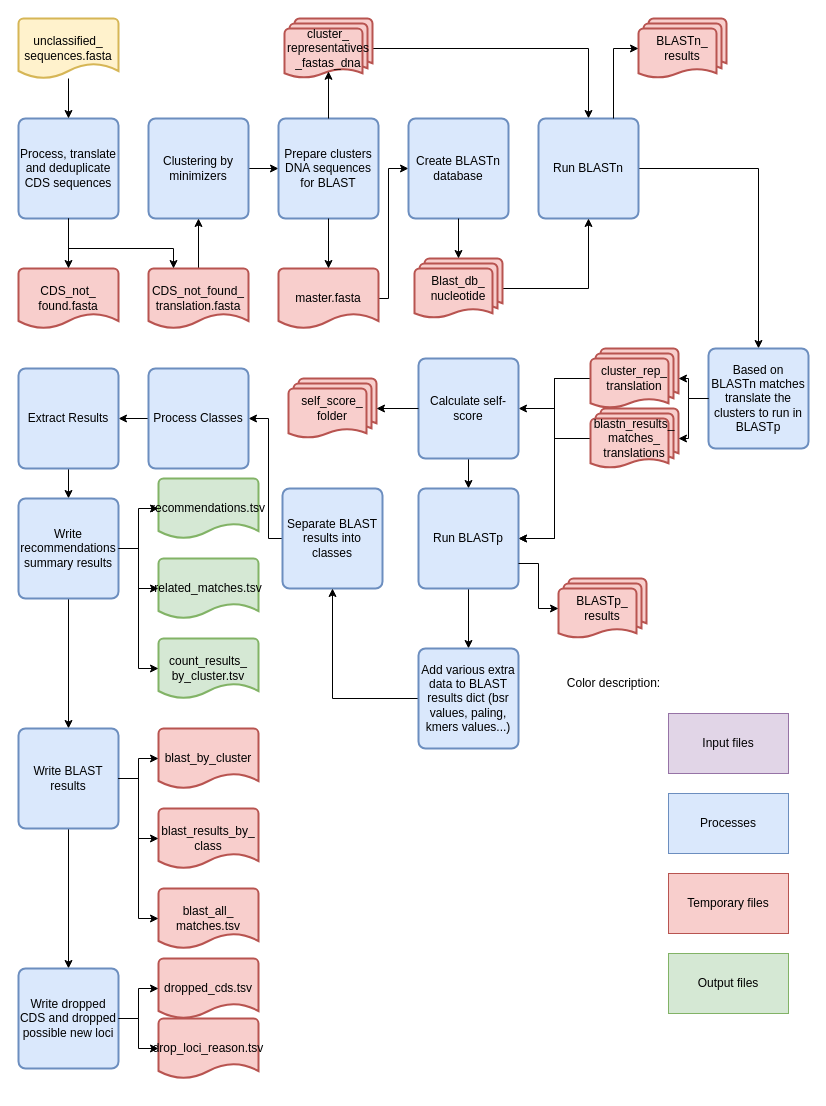
Earlier version of the draw.io diagram SchemaRefinery/docs/SchemaRefinery/Modules/source/IdentifySpuriousGenes_unclassifiedCDS.drawio (B-UMMI/Schema_Refinery). Source tidied: cells renumbered, new cells numbered last; positions are measured from the earlier drawing's top-left corner, leaving out a move shared by most shapes. Both pictures are drawn from the tidied source at 100%, with x=0, y=0 at pixel (18, 18).
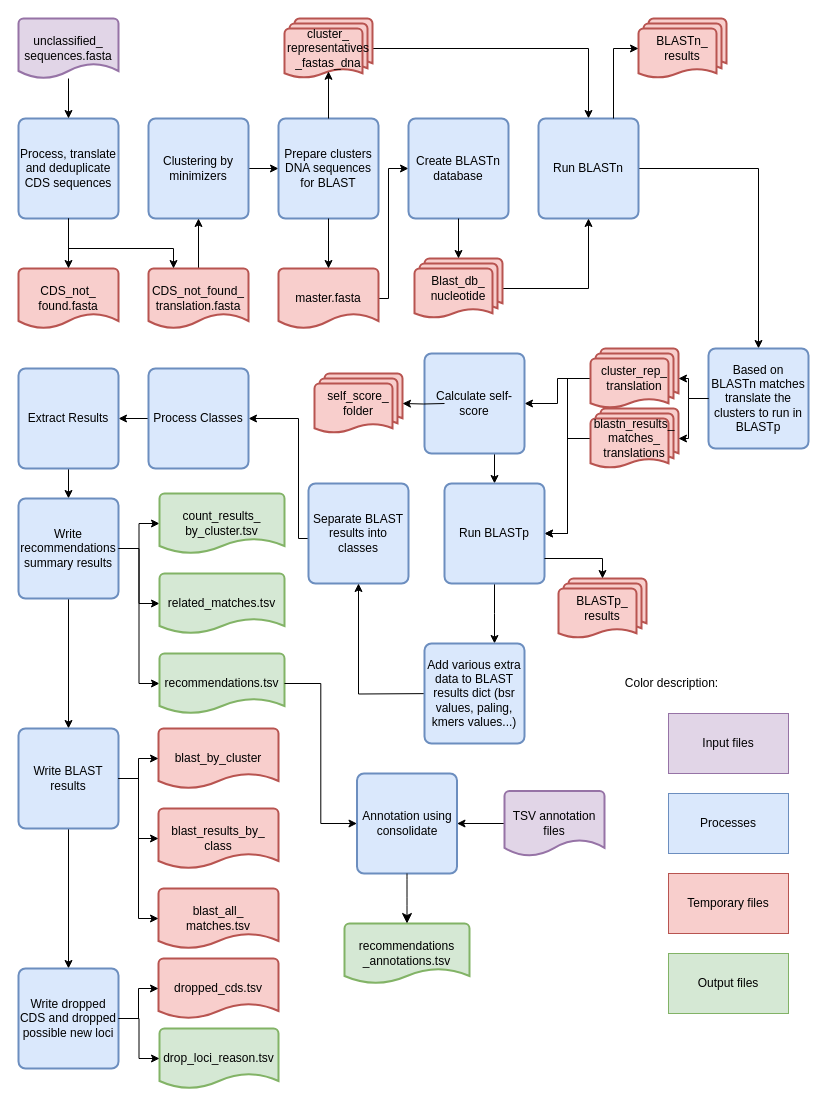
After the change.

Unchanged cells that the change refers to:
```xml
<mxCell id="41" value="BLASTp_&lt;div&gt;results&lt;/div&gt;" style="strokeWidth=2;html=1;shape=mxgraph.flowchart.multi-document;whiteSpace=wrap;fillColor=#f8cecc;strokeColor=#b85450;" parent="1" vertex="1">
  <mxGeometry x="540" y="560" width="88" height="60" as="geometry" />
</mxCell>
<mxCell id="45" value="Process Classes" style="rounded=1;whiteSpace=wrap;html=1;absoluteArcSize=1;arcSize=14;strokeWidth=2;fillColor=#dae8fc;strokeColor=#6c8ebf;" parent="1" vertex="1">
  <mxGeometry x="130" y="350" width="100" height="100" as="geometry" />
</mxCell>
<mxCell id="50" value="Write recommendations summary results" style="rounded=1;whiteSpace=wrap;html=1;absoluteArcSize=1;arcSize=14;strokeWidth=2;fillColor=#dae8fc;strokeColor=#6c8ebf;" parent="1" vertex="1">
  <mxGeometry y="480" width="100" height="100" as="geometry" />
</mxCell>
```

Change to the diagram source:
```diff
@@
-    <mxCell id="4" value="unclassified_&lt;div&gt;sequences.fasta&lt;/div&gt;" style="strokeWidth=2;html=1;shape=mxgraph.flowchart.document2;whiteSpace=wrap;size=0.25;fillColor=#fff2cc;strokeColor=#d6b656;" parent="1" vertex="1">
+    <mxCell id="4" value="unclassified_&lt;div&gt;sequences.fasta&lt;/div&gt;" style="strokeWidth=2;html=1;shape=mxgraph.flowchart.document2;whiteSpace=wrap;size=0.25;fillColor=#e1d5e7;strokeColor=#9673a6;" parent="1" vertex="1">
       <mxGeometry width="100" height="60" as="geometry" />
     </mxCell>
@@
-    <mxCell id="33" style="edgeStyle=orthogonalEdgeStyle;rounded=0;jettySize=auto;html=1;entryX=0.5;entryY=0;entryDx=0;entryDy=0;" parent="1" edge="1" source="34" target="38">
-      <mxGeometry relative="1" as="geometry" />
+    <mxCell id="33" style="edgeStyle=orthogonalEdgeStyle;rounded=0;jettySize=auto;html=1;entryX=0.5;entryY=0;entryDx=0;entryDy=0;" parent="1" edge="1" target="38">
+      <mxGeometry relative="1" as="geometry">
+        <mxPoint x="476" y="435" as="sourcePoint" />
+      </mxGeometry>
     </mxCell>
     <mxCell id="34" value="Calculate self-score" style="rounded=1;whiteSpace=wrap;html=1;absoluteArcSize=1;arcSize=14;strokeWidth=2;fillColor=#dae8fc;strokeColor=#6c8ebf;" parent="1" vertex="1">
-      <mxGeometry x="400" y="340" width="100" height="100" as="geometry" />
+      <mxGeometry x="406" y="335" width="100" height="100" as="geometry" />
     </mxCell>
@@
-    <mxCell id="37" style="edgeStyle=orthogonalEdgeStyle;rounded=0;jettySize=auto;html=1;" parent="1" edge="1" source="38" target="75">
-      <mxGeometry relative="1" as="geometry" />
+    <mxCell id="37" style="edgeStyle=orthogonalEdgeStyle;rounded=0;jettySize=auto;html=1;" parent="1" edge="1" source="38">
+      <mxGeometry relative="1" as="geometry">
+        <mxPoint x="476" y="625" as="targetPoint" />
+      </mxGeometry>
     </mxCell>
     <mxCell id="38" value="Run BLASTp" style="rounded=1;whiteSpace=wrap;html=1;absoluteArcSize=1;arcSize=14;strokeWidth=2;fillColor=#dae8fc;strokeColor=#6c8ebf;" parent="1" vertex="1">
-      <mxGeometry x="400" y="470" width="100" height="100" as="geometry" />
+      <mxGeometry x="426" y="465" width="100" height="100" as="geometry" />
     </mxCell>
     <mxCell id="39" value="self_score_&lt;div&gt;folder&lt;/div&gt;" style="strokeWidth=2;html=1;shape=mxgraph.flowchart.multi-document;whiteSpace=wrap;fillColor=#f8cecc;strokeColor=#b85450;" parent="1" vertex="1">
-      <mxGeometry x="270" y="360" width="88" height="60" as="geometry" />
+      <mxGeometry x="296" y="355" width="88" height="60" as="geometry" />
     </mxCell>
-    <mxCell id="40" style="edgeStyle=orthogonalEdgeStyle;rounded=0;jettySize=auto;html=1;entryX=1;entryY=0.5;entryDx=0;entryDy=0;entryPerimeter=0;" parent="1" edge="1" source="34" target="39">
-      <mxGeometry relative="1" as="geometry" />
+    <mxCell id="40" style="edgeStyle=orthogonalEdgeStyle;rounded=0;jettySize=auto;html=1;entryX=1;entryY=0.5;entryDx=0;entryDy=0;entryPerimeter=0;" parent="1" edge="1" target="39">
+      <mxGeometry relative="1" as="geometry">
+        <mxPoint x="426" y="385" as="sourcePoint" />
+      </mxGeometry>
     </mxCell>
@@
     <mxCell id="42" style="edgeStyle=orthogonalEdgeStyle;rounded=0;jettySize=auto;html=1;entryX=1;entryY=0.5;entryDx=0;entryDy=0;" parent="1" edge="1" source="43" target="45">
       <mxGeometry relative="1" as="geometry">
         <Array as="points">
-          <mxPoint x="250" y="520" />
-          <mxPoint x="250" y="400" />
+          <mxPoint x="280" y="520" />
+          <mxPoint x="280" y="400" />
         </Array>
       </mxGeometry>
     </mxCell>
     <mxCell id="43" value="Separate BLAST results into classes" style="rounded=1;whiteSpace=wrap;html=1;absoluteArcSize=1;arcSize=14;strokeWidth=2;fillColor=#dae8fc;strokeColor=#6c8ebf;" parent="1" vertex="1">
-      <mxGeometry x="264" y="470" width="100" height="100" as="geometry" />
+      <mxGeometry x="290" y="465" width="100" height="100" as="geometry" />
     </mxCell>
@@
-    <mxCell id="48" style="edgeStyle=orthogonalEdgeStyle;rounded=0;jettySize=auto;html=1;" parent="1" edge="1" source="50" target="51">
+    <mxCell id="48" style="edgeStyle=orthogonalEdgeStyle;rounded=0;jettySize=auto;html=1;entryX=0;entryY=0.5;entryDx=0;entryDy=0;entryPerimeter=0;" parent="1" edge="1" source="50" target="54">
       <mxGeometry relative="1" as="geometry" />
     </mxCell>
@@
-    <mxCell id="51" value="recommendations.tsv" style="strokeWidth=2;html=1;shape=mxgraph.flowchart.document2;whiteSpace=wrap;size=0.25;fillColor=#d5e8d4;strokeColor=#82b366;" parent="1" vertex="1">
-      <mxGeometry x="140" y="460" width="100" height="60" as="geometry" />
-    </mxCell>
-    <mxCell id="52" value="related_matches.tsv" style="strokeWidth=2;html=1;shape=mxgraph.flowchart.document2;whiteSpace=wrap;size=0.25;fillColor=#d5e8d4;strokeColor=#82b366;" parent="1" vertex="1">
-      <mxGeometry x="140" y="540" width="100" height="60" as="geometry" />
-    </mxCell>
@@
-    <mxCell id="54" value="count_results_&lt;div&gt;by_cluster.tsv&lt;/div&gt;" style="strokeWidth=2;html=1;shape=mxgraph.flowchart.document2;whiteSpace=wrap;size=0.25;fillColor=#d5e8d4;strokeColor=#82b366;" parent="1" vertex="1">
-      <mxGeometry x="140" y="620" width="100" height="60" as="geometry" />
-    </mxCell>
-    <mxCell id="55" style="edgeStyle=orthogonalEdgeStyle;rounded=0;jettySize=auto;html=1;entryX=0;entryY=0.5;entryDx=0;entryDy=0;entryPerimeter=0;" parent="1" edge="1" source="50" target="54">
+    <mxCell id="55" style="edgeStyle=orthogonalEdgeStyle;rounded=0;jettySize=auto;html=1;entryX=0;entryY=0.5;entryDx=0;entryDy=0;entryPerimeter=0;" parent="1" edge="1" source="50" target="51">
       <mxGeometry relative="1" as="geometry" />
     </mxCell>
@@
     <mxCell id="58" value="blast_by_cluster" style="strokeWidth=2;html=1;shape=mxgraph.flowchart.document2;whiteSpace=wrap;size=0.25;fillColor=#f8cecc;strokeColor=#b85450;" parent="1" vertex="1">
-      <mxGeometry x="140" y="710" width="100" height="60" as="geometry" />
+      <mxGeometry x="140" y="710" width="120" height="60" as="geometry" />
     </mxCell>
     <mxCell id="59" value="blast_results_by_&lt;div&gt;class&lt;/div&gt;" style="strokeWidth=2;html=1;shape=mxgraph.flowchart.document2;whiteSpace=wrap;size=0.25;fillColor=#f8cecc;strokeColor=#b85450;" parent="1" vertex="1">
-      <mxGeometry x="140" y="790" width="100" height="60" as="geometry" />
+      <mxGeometry x="140" y="790" width="120" height="60" as="geometry" />
     </mxCell>
     <mxCell id="60" value="blast_all_&lt;div&gt;matches.tsv&lt;/div&gt;" style="strokeWidth=2;html=1;shape=mxgraph.flowchart.document2;whiteSpace=wrap;size=0.25;fillColor=#f8cecc;strokeColor=#b85450;" parent="1" vertex="1">
-      <mxGeometry x="140" y="870" width="100" height="60" as="geometry" />
+      <mxGeometry x="140" y="870" width="120" height="60" as="geometry" />
     </mxCell>
@@
     <mxCell id="65" value="dropped_cds.tsv" style="strokeWidth=2;html=1;shape=mxgraph.flowchart.document2;whiteSpace=wrap;size=0.25;fillColor=#f8cecc;strokeColor=#b85450;" parent="1" vertex="1">
-      <mxGeometry x="140" y="940" width="100" height="60" as="geometry" />
+      <mxGeometry x="140" y="940" width="120" height="60" as="geometry" />
     </mxCell>
@@
-    <mxCell id="67" value="drop_loci_reason.tsv" style="strokeWidth=2;html=1;shape=mxgraph.flowchart.document2;whiteSpace=wrap;size=0.25;fillColor=#f8cecc;strokeColor=#b85450;" parent="1" vertex="1">
-      <mxGeometry x="140" y="1000" width="100" height="60" as="geometry" />
+    <mxCell id="67" value="drop_loci_reason.tsv" style="strokeWidth=2;html=1;shape=mxgraph.flowchart.document2;whiteSpace=wrap;size=0.25;fillColor=#d5e8d4;strokeColor=#82b366;" parent="1" vertex="1">
+      <mxGeometry x="141" y="1010" width="119" height="60" as="geometry" />
     </mxCell>
@@
     <mxCell id="73" value="Color description:" style="text;html=1;align=center;verticalAlign=middle;strokeColor=none;fillColor=none;" parent="1" vertex="1">
-      <mxGeometry x="540" y="650" width="110" height="30" as="geometry" />
+      <mxGeometry x="598" y="650" width="110" height="30" as="geometry" />
     </mxCell>
-    <mxCell id="74" style="edgeStyle=orthogonalEdgeStyle;rounded=0;jettySize=auto;html=1;entryX=0.5;entryY=1;entryDx=0;entryDy=0;" parent="1" edge="1" source="75" target="43">
-      <mxGeometry relative="1" as="geometry" />
+    <mxCell id="74" style="edgeStyle=orthogonalEdgeStyle;rounded=0;jettySize=auto;html=1;entryX=0.5;entryY=1;entryDx=0;entryDy=0;" parent="1" edge="1" target="43">
+      <mxGeometry relative="1" as="geometry">
+        <mxPoint x="426" y="675" as="sourcePoint" />
+      </mxGeometry>
     </mxCell>
     <mxCell id="75" value="Add various extra data to BLAST results dict (bsr values, paling, kmers values...)" style="rounded=1;whiteSpace=wrap;html=1;absoluteArcSize=1;arcSize=14;strokeWidth=2;fillColor=#dae8fc;strokeColor=#6c8ebf;" parent="1" vertex="1">
-      <mxGeometry x="400" y="630" width="100" height="100" as="geometry" />
+      <mxGeometry x="406" y="625" width="100" height="100" as="geometry" />
     </mxCell>
-    <mxCell id="76" style="edgeStyle=orthogonalEdgeStyle;rounded=0;jettySize=auto;html=1;exitX=1;exitY=0.75;exitDx=0;exitDy=0;entryX=0;entryY=0.5;entryDx=0;entryDy=0;entryPerimeter=0;" parent="1" edge="1" source="38" target="41">
+    <mxCell id="76" style="edgeStyle=orthogonalEdgeStyle;rounded=0;jettySize=auto;html=1;exitX=1;exitY=0.75;exitDx=0;exitDy=0;entryX=0.5;entryY=0;entryDx=0;entryDy=0;entryPerimeter=0;" parent="1" edge="1" source="38" target="41">
       <mxGeometry relative="1" as="geometry" />
     </mxCell>
+    <mxCell id="54" value="count_results_&lt;div&gt;by_cluster.tsv&lt;/div&gt;" style="strokeWidth=2;html=1;shape=mxgraph.flowchart.document2;whiteSpace=wrap;size=0.25;fillColor=#d5e8d4;strokeColor=#82b366;" parent="1" vertex="1">
+      <mxGeometry x="141" y="475" width="125" height="60" as="geometry" />
+    </mxCell>
+    <mxCell id="52" value="related_matches.tsv" style="strokeWidth=2;html=1;shape=mxgraph.flowchart.document2;whiteSpace=wrap;size=0.25;fillColor=#d5e8d4;strokeColor=#82b366;" parent="1" vertex="1">
+      <mxGeometry x="141" y="555" width="125" height="60" as="geometry" />
+    </mxCell>
+    <mxCell id="51" value="&lt;div&gt;&lt;span style=&quot;background-color: transparent; color: light-dark(rgb(0, 0, 0), rgb(255, 255, 255));&quot;&gt;recommendations.tsv&lt;/span&gt;&lt;/div&gt;" style="strokeWidth=2;html=1;shape=mxgraph.flowchart.document2;whiteSpace=wrap;size=0.25;fillColor=#d5e8d4;strokeColor=#82b366;" parent="1" vertex="1">
+      <mxGeometry x="141" y="635" width="125" height="60" as="geometry" />
+    </mxCell>
+    <mxCell id="77" value="Annotation using consolidate" style="rounded=1;whiteSpace=wrap;html=1;absoluteArcSize=1;arcSize=14;strokeWidth=2;fillColor=#dae8fc;strokeColor=#6c8ebf;" parent="1" vertex="1">
+      <mxGeometry x="338.5" y="755" width="100" height="100" as="geometry" />
+    </mxCell>
+    <mxCell id="78" value="&lt;div&gt;&lt;span style=&quot;background-color: transparent; color: light-dark(rgb(0, 0, 0), rgb(255, 255, 255));&quot;&gt;recommendations&lt;/span&gt;&lt;/div&gt;&lt;div&gt;&lt;span style=&quot;background-color: transparent; color: light-dark(rgb(0, 0, 0), rgb(255, 255, 255));&quot;&gt;_annotations.tsv&lt;/span&gt;&lt;/div&gt;" style="strokeWidth=2;html=1;shape=mxgraph.flowchart.document2;whiteSpace=wrap;size=0.25;fillColor=#d5e8d4;strokeColor=#82b366;" parent="1" vertex="1">
+      <mxGeometry x="326" y="905" width="125" height="60" as="geometry" />
+    </mxCell>
+    <mxCell id="79" style="edgeStyle=none;curved=1;rounded=0;jettySize=auto;html=1;exitX=0.5;exitY=1;exitDx=0;exitDy=0;entryX=0.5;entryY=0;entryDx=0;entryDy=0;entryPerimeter=0;fontSize=12;startSize=8;endSize=8;" parent="1" edge="1" source="77" target="78">
+      <mxGeometry relative="1" as="geometry" />
+    </mxCell>
+    <mxCell id="80" style="edgeStyle=orthogonalEdgeStyle;rounded=0;jettySize=auto;html=1;entryX=1;entryY=0.5;entryDx=0;entryDy=0;" parent="1" edge="1" source="81" target="77">
+      <mxGeometry relative="1" as="geometry" />
+    </mxCell>
+    <mxCell id="81" value="TSV annotation files" style="strokeWidth=2;html=1;shape=mxgraph.flowchart.document2;whiteSpace=wrap;size=0.25;fillColor=#E1D5E7;strokeColor=#9673A6;" parent="1" vertex="1">
+      <mxGeometry x="486" y="772.5" width="100" height="65" as="geometry" />
+    </mxCell>
+    <mxCell id="82" style="edgeStyle=orthogonalEdgeStyle;rounded=0;jettySize=auto;html=1;entryX=0;entryY=0.5;entryDx=0;entryDy=0;exitX=1;exitY=0.5;exitDx=0;exitDy=0;exitPerimeter=0;" parent="1" edge="1" source="51" target="77">
+      <mxGeometry relative="1" as="geometry" />
+    </mxCell>
```
